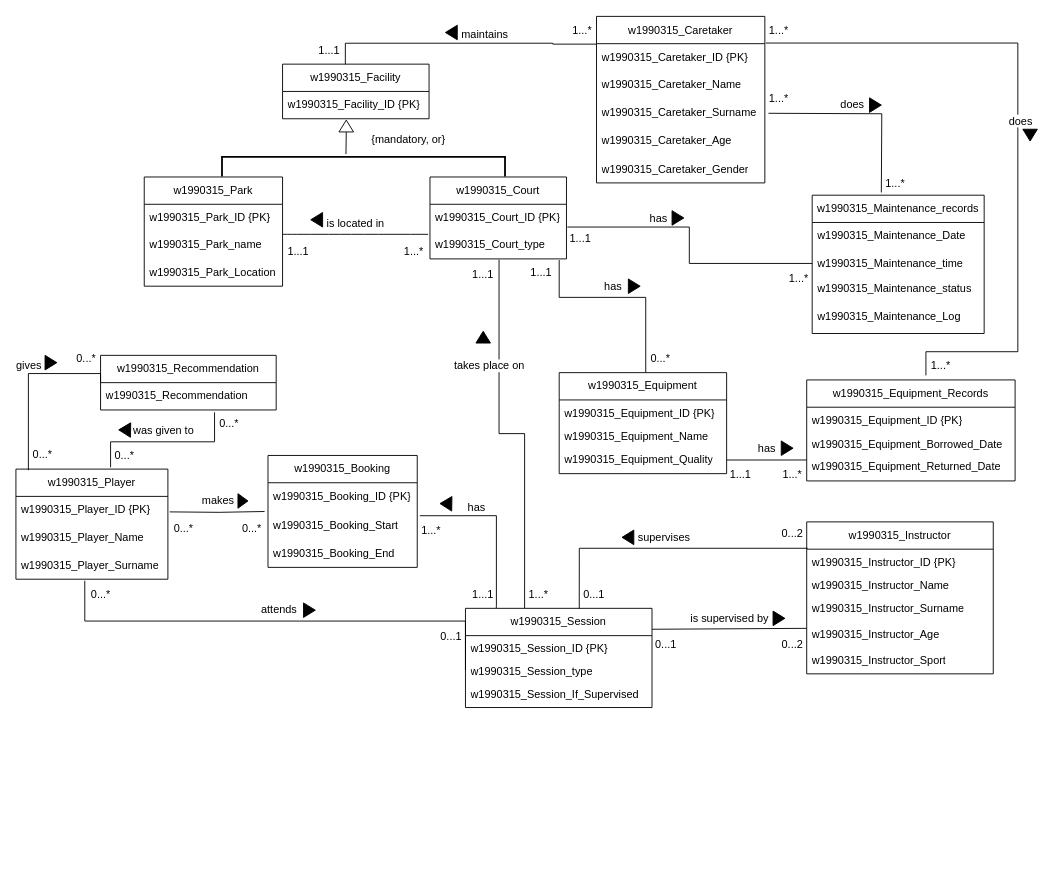
The draw.io diagram page "Strona-1" (1 of 2) of DB_cwk.drawio in frajdzia/DB_cwk, before the edit. Source tidied: cells renumbered, new cells numbered last; positions are measured from the earlier drawing's top-left corner, leaving out a move shared by most shapes. Both pictures are drawn from the tidied source at 91%, with x=0, y=0 at pixel (15, 16).
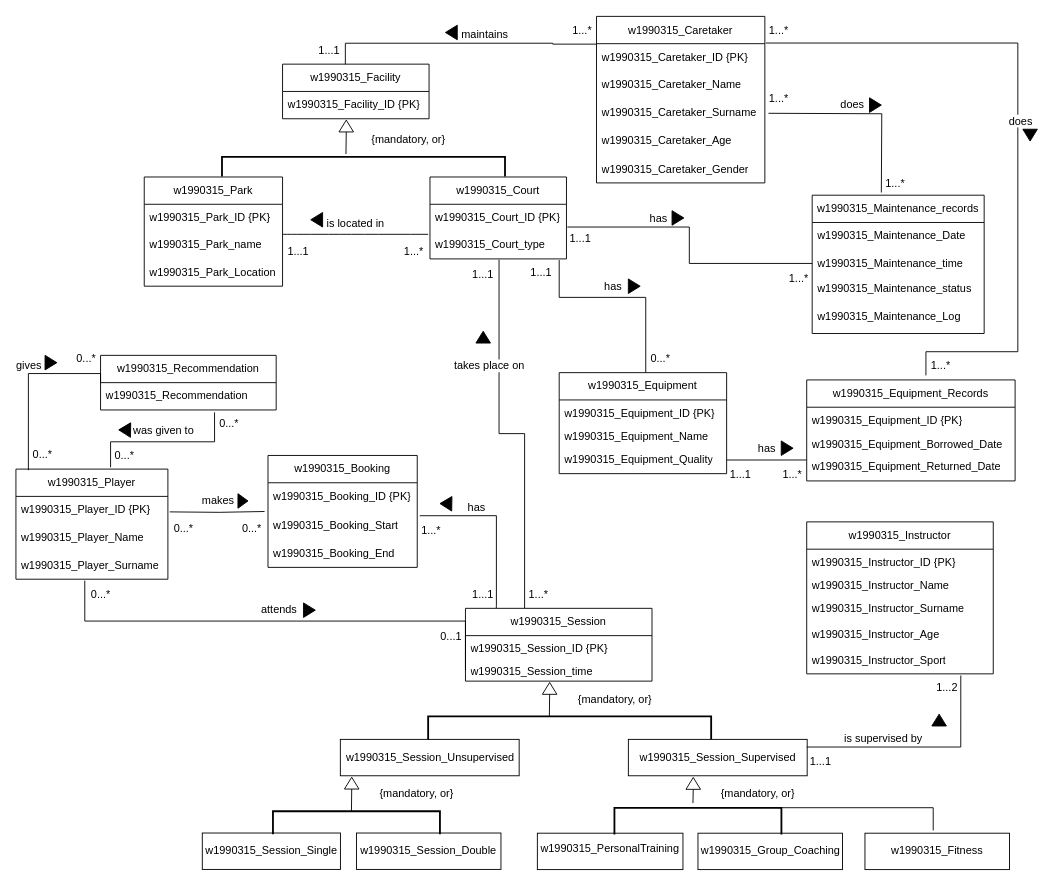
The same diagram, later.

Commit message:
session specialisations update

The change refers to these unchanged cells:
```xml
<mxCell id="80" value="&lt;span style=&quot;text-align: center;&quot;&gt;w1990315_Instructor_Sport&lt;/span&gt;" style="text;strokeColor=none;fillColor=none;align=left;verticalAlign=middle;spacingLeft=4;spacingRight=4;overflow=hidden;points=[[0,0.5],[1,0.5]];portConstraint=eastwest;whiteSpace=wrap;html=1;" parent="75" vertex="1">
  <mxGeometry y="138" width="205" height="29" as="geometry" />
</mxCell>
```

The edit, as a diff of the source:
```diff
@@
     <mxCell id="15" value="w1990315_Session" style="swimlane;fontStyle=0;horizontal=1;startSize=30;whiteSpace=wrap;html=1;" parent="1" vertex="1">
-      <mxGeometry x="494" y="650" width="205" height="109" as="geometry" />
+      <mxGeometry x="494" y="650" width="205" height="80" as="geometry" />
     </mxCell>
@@
-    <mxCell id="17" value="&lt;span style=&quot;text-align: center;&quot;&gt;w1990315_&lt;/span&gt;Session_type" style="text;strokeColor=none;fillColor=none;align=left;verticalAlign=middle;spacingLeft=4;spacingRight=4;overflow=hidden;whiteSpace=wrap;html=1;" parent="15" vertex="1">
+    <mxCell id="17" value="&lt;span style=&quot;text-align: center;&quot;&gt;w1990315_&lt;/span&gt;Session_time" style="text;strokeColor=none;fillColor=none;align=left;verticalAlign=middle;spacingLeft=4;spacingRight=4;overflow=hidden;whiteSpace=wrap;html=1;" parent="15" vertex="1">
       <mxGeometry y="60" width="205" height="20" as="geometry" />
     </mxCell>
-    <mxCell id="18" value="&lt;span style=&quot;text-align: center;&quot;&gt;w1990315_Session_&lt;/span&gt;If_Supervised" style="text;strokeColor=none;fillColor=none;align=left;verticalAlign=middle;spacingLeft=4;spacingRight=4;overflow=hidden;whiteSpace=wrap;html=1;" parent="15" vertex="1">
-      <mxGeometry y="80" width="205" height="29" as="geometry" />
-    </mxCell>
@@
-    <mxCell id="81" value="is supervised by" style="endArrow=none;html=1;endSize=12;startArrow=none;startSize=14;startFill=0;edgeStyle=orthogonalEdgeStyle;align=center;verticalAlign=bottom;endFill=0;rounded=0;fontSize=12;exitX=1.005;exitY=0.12;exitDx=0;exitDy=0;exitPerimeter=0;" parent="1" edge="1">
-      <mxGeometry y="3" relative="1" as="geometry">
-        <mxPoint x="699" y="673" as="sourcePoint" />
-        <mxPoint x="869" y="672" as="targetPoint" />
+    <mxCell id="81" value="is supervised by" style="endArrow=none;html=1;endSize=12;startArrow=none;startSize=14;startFill=0;edgeStyle=orthogonalEdgeStyle;align=center;verticalAlign=bottom;endFill=0;rounded=0;fontSize=12;exitX=1.005;exitY=0.12;exitDx=0;exitDy=0;exitPerimeter=0;entryX=0.826;entryY=1.062;entryDx=0;entryDy=0;entryPerimeter=0;" parent="1" edge="1" target="80">
+      <mxGeometry x="-0.32" relative="1" as="geometry">
+        <mxPoint x="869" y="802.4" as="sourcePoint" />
         <Array as="points">
-          <mxPoint x="869" y="673" />
+          <mxPoint x="1038" y="802" />
         </Array>
       </mxGeometry>
     </mxCell>
-    <mxCell id="82" style="triangle;whiteSpace=wrap;html=1;fillColor=#000000;" parent="1" vertex="1">
-      <mxGeometry x="832" y="653" width="13" height="16" as="geometry" />
+    <mxCell id="82" style="triangle;whiteSpace=wrap;html=1;fillColor=#000000;rotation=-90;" parent="1" vertex="1">
+      <mxGeometry x="1008" y="764.8" width="13" height="16" as="geometry" />
     </mxCell>
-    <mxCell id="83" value="supervises" style="endArrow=none;html=1;endSize=12;startArrow=none;startSize=14;startFill=0;edgeStyle=orthogonalEdgeStyle;align=center;verticalAlign=bottom;endFill=0;rounded=0;fontSize=12;exitX=0.61;exitY=0.002;exitDx=0;exitDy=0;exitPerimeter=0;" parent="1" edge="1" source="15">
-      <mxGeometry y="3" relative="1" as="geometry">
-        <mxPoint x="870" y="584" as="targetPoint" />
-        <Array as="points">
-          <mxPoint x="619" y="584" />
-        </Array>
-      </mxGeometry>
-    </mxCell>
-    <mxCell id="84" style="triangle;whiteSpace=wrap;html=1;fillColor=#000000;rotation=-180;" parent="1" vertex="1">
-      <mxGeometry x="666" y="564" width="13" height="16" as="geometry" />
-    </mxCell>
@@
-    <mxCell id="104" value="0...1" style="text;html=1;align=center;verticalAlign=middle;whiteSpace=wrap;rounded=0;" parent="1" vertex="1">
-      <mxGeometry x="699" y="675" width="31" height="30" as="geometry" />
+    <mxCell id="104" value="1...1" style="text;html=1;align=center;verticalAlign=middle;whiteSpace=wrap;rounded=0;" parent="1" vertex="1">
+      <mxGeometry x="869" y="804.4" width="31" height="30" as="geometry" />
     </mxCell>
-    <mxCell id="105" value="0...2" style="text;html=1;align=center;verticalAlign=middle;whiteSpace=wrap;rounded=0;" parent="1" vertex="1">
-      <mxGeometry x="838" y="675" width="31" height="30" as="geometry" />
+    <mxCell id="105" value="1...2" style="text;html=1;align=center;verticalAlign=middle;whiteSpace=wrap;rounded=0;" parent="1" vertex="1">
+      <mxGeometry x="1008" y="722" width="31" height="30" as="geometry" />
     </mxCell>
-    <mxCell id="106" value="0...1" style="text;html=1;align=center;verticalAlign=middle;whiteSpace=wrap;rounded=0;" parent="1" vertex="1">
-      <mxGeometry x="620" y="620" width="31" height="30" as="geometry" />
-    </mxCell>
-    <mxCell id="107" value="0...2" style="text;html=1;align=center;verticalAlign=middle;whiteSpace=wrap;rounded=0;" parent="1" vertex="1">
-      <mxGeometry x="838" y="553" width="31" height="30" as="geometry" />
-    </mxCell>
@@
+    <mxCell id="115" style="strokeWidth=2;html=1;shape=mxgraph.flowchart.annotation_1;align=left;rotation=90;" parent="1" vertex="1">
+      <mxGeometry x="595.9" y="625.9" width="25.2" height="311" as="geometry" />
+    </mxCell>
+    <mxCell id="116" style="endArrow=none;html=1;rounded=0;exitX=-0.149;exitY=0.562;exitDx=0;exitDy=0;exitPerimeter=0;entryX=0;entryY=0.5;entryDx=0;entryDy=0;" parent="1" edge="1" target="117">
+      <mxGeometry relative="1" as="geometry">
+        <mxPoint x="586.2" y="768.8" as="sourcePoint" />
+      </mxGeometry>
+    </mxCell>
+    <mxCell id="117" style="triangle;whiteSpace=wrap;html=1;rotation=-90;" parent="1" vertex="1">
+      <mxGeometry x="580" y="730" width="13" height="16" as="geometry" />
+    </mxCell>
+    <mxCell id="118" value="{mandatory, or}" style="text;strokeColor=none;fillColor=none;align=left;verticalAlign=middle;spacingLeft=4;spacingRight=4;overflow=hidden;whiteSpace=wrap;html=1;" parent="1" vertex="1">
+      <mxGeometry x="611.5" y="734.8" width="104" height="30" as="geometry" />
+    </mxCell>
+    <mxCell id="119" value="w1990315_Session_Unsupervised" style="rounded=0;whiteSpace=wrap;html=1;fillColor=none;" parent="1" vertex="1">
+      <mxGeometry x="356.5" y="794" width="196.5" height="40" as="geometry" />
+    </mxCell>
+    <mxCell id="120" value="w1990315_Session_Supervised" style="rounded=0;whiteSpace=wrap;html=1;fillColor=none;" parent="1" vertex="1">
+      <mxGeometry x="673" y="794" width="196.5" height="40" as="geometry" />
+    </mxCell>
+    <mxCell id="121" style="strokeWidth=2;html=1;shape=mxgraph.flowchart.annotation_1;align=left;rotation=90;" parent="1" vertex="1">
+      <mxGeometry x="361.6" y="793.8" width="25.2" height="183.5" as="geometry" />
+    </mxCell>
+    <mxCell id="122" style="endArrow=none;html=1;rounded=0;exitX=-0.149;exitY=0.562;exitDx=0;exitDy=0;exitPerimeter=0;entryX=0;entryY=0.5;entryDx=0;entryDy=0;" parent="1" edge="1" target="123">
+      <mxGeometry relative="1" as="geometry">
+        <mxPoint x="368.7" y="872.9" as="sourcePoint" />
+      </mxGeometry>
+    </mxCell>
+    <mxCell id="123" style="triangle;whiteSpace=wrap;html=1;rotation=-90;" parent="1" vertex="1">
+      <mxGeometry x="362.5" y="834.1" width="13" height="16" as="geometry" />
+    </mxCell>
+    <mxCell id="124" value="{mandatory, or}" style="text;strokeColor=none;fillColor=none;align=left;verticalAlign=middle;spacingLeft=4;spacingRight=4;overflow=hidden;whiteSpace=wrap;html=1;" parent="1" vertex="1">
+      <mxGeometry x="394" y="838.9" width="104" height="30" as="geometry" />
+    </mxCell>
+    <mxCell id="125" value="w1990315_Session_Single" style="rounded=0;whiteSpace=wrap;html=1;fillColor=none;" parent="1" vertex="1">
+      <mxGeometry x="204.8" y="896.9" width="151.8" height="40" as="geometry" />
+    </mxCell>
+    <mxCell id="126" value="w1990315_Session_Double" style="rounded=0;whiteSpace=wrap;html=1;fillColor=none;" parent="1" vertex="1">
+      <mxGeometry x="374.2" y="896.9" width="158.8" height="40" as="geometry" />
+    </mxCell>
+    <mxCell id="127" style="strokeWidth=2;html=1;shape=mxgraph.flowchart.annotation_1;align=left;rotation=90;" parent="1" vertex="1">
+      <mxGeometry x="734.9" y="792.1" width="29.1" height="183.5" as="geometry" />
+    </mxCell>
+    <mxCell id="128" style="endArrow=none;html=1;rounded=0;entryX=0;entryY=0.5;entryDx=0;entryDy=0;" parent="1" edge="1" target="129">
+      <mxGeometry relative="1" as="geometry">
+        <mxPoint x="744" y="864" as="sourcePoint" />
+      </mxGeometry>
+    </mxCell>
+    <mxCell id="129" style="triangle;whiteSpace=wrap;html=1;rotation=-90;" parent="1" vertex="1">
+      <mxGeometry x="737.8" y="834.4" width="13" height="16" as="geometry" />
+    </mxCell>
+    <mxCell id="130" value="{mandatory, or}" style="text;strokeColor=none;fillColor=none;align=left;verticalAlign=middle;spacingLeft=4;spacingRight=4;overflow=hidden;whiteSpace=wrap;html=1;" parent="1" vertex="1">
+      <mxGeometry x="769.2" y="839.1" width="104" height="30" as="geometry" />
+    </mxCell>
+    <mxCell id="131" value="&lt;table&gt;&lt;tbody&gt;&lt;tr&gt;&lt;td&gt;w1990315_PersonalTraining&lt;/td&gt;&lt;/tr&gt;&lt;/tbody&gt;&lt;/table&gt;&lt;table&gt;&lt;tbody&gt;&lt;tr&gt;&lt;td&gt;&lt;/td&gt;&lt;/tr&gt;&lt;/tbody&gt;&lt;/table&gt;" style="rounded=0;whiteSpace=wrap;html=1;fillColor=none;" parent="1" vertex="1">
+      <mxGeometry x="573" y="897.1" width="160" height="40" as="geometry" />
+    </mxCell>
+    <mxCell id="132" value="w1990315_Group_Coaching" style="rounded=0;whiteSpace=wrap;html=1;fillColor=none;" parent="1" vertex="1">
+      <mxGeometry x="749.5" y="897.1" width="158.8" height="40" as="geometry" />
+    </mxCell>
+    <mxCell id="133" style="endArrow=none;html=1;endSize=12;startArrow=none;startSize=14;startFill=0;edgeStyle=orthogonalEdgeStyle;align=center;verticalAlign=bottom;endFill=0;rounded=0;fontSize=12;exitX=1.005;exitY=0.12;exitDx=0;exitDy=0;exitPerimeter=0;" parent="1" edge="1">
+      <mxGeometry y="3" relative="1" as="geometry">
+        <mxPoint x="838" y="869.1" as="sourcePoint" />
+        <mxPoint x="1008" y="894" as="targetPoint" />
+        <Array as="points">
+          <mxPoint x="1008" y="869.1" />
+        </Array>
+      </mxGeometry>
+    </mxCell>
+    <mxCell id="134" value="w1990315_Fitness" style="rounded=0;whiteSpace=wrap;html=1;fillColor=none;" parent="1" vertex="1">
+      <mxGeometry x="933" y="897.1" width="158.8" height="40" as="geometry" />
+    </mxCell>
```
